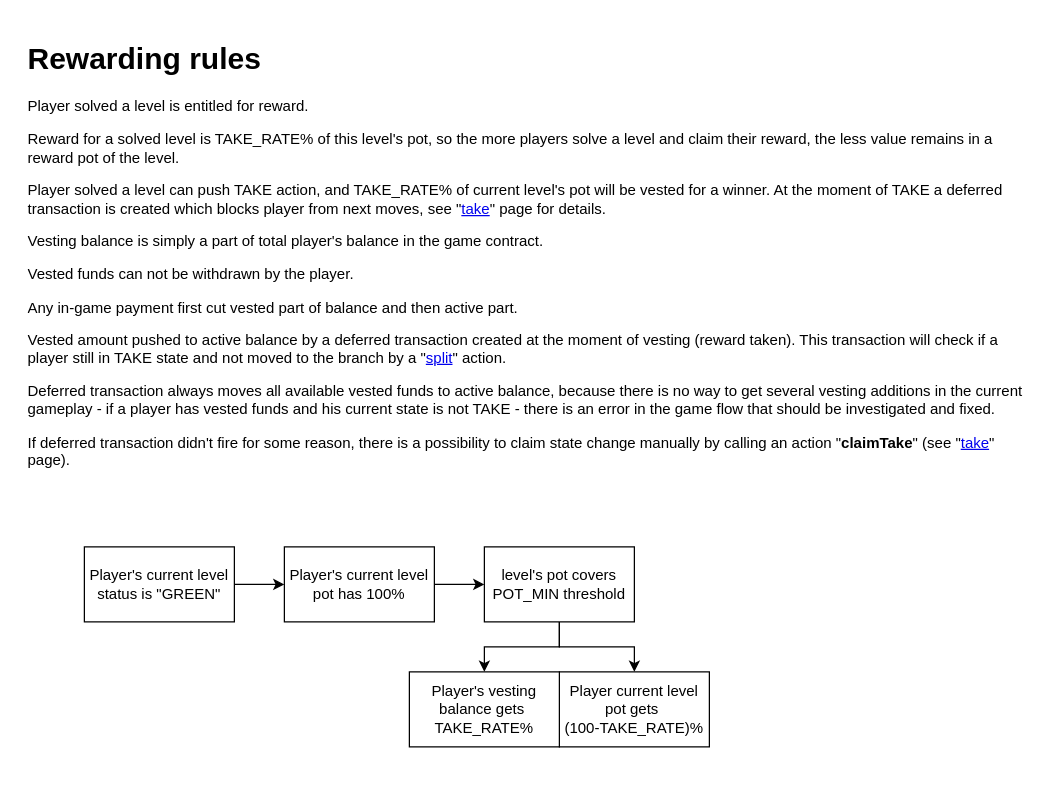
Above: page "rewarding" (10 of 14) of ia/WOFFLER IA.drawio in cptn-solo/woffler_contract (draw.io), before the change. Source tidied: cells renumbered, new cells numbered last; positions are measured from the earlier drawing's top-left corner, leaving out a move shared by most shapes. Both pictures are drawn from the tidied source at 125%, with x=0, y=0 at pixel (21, 34).
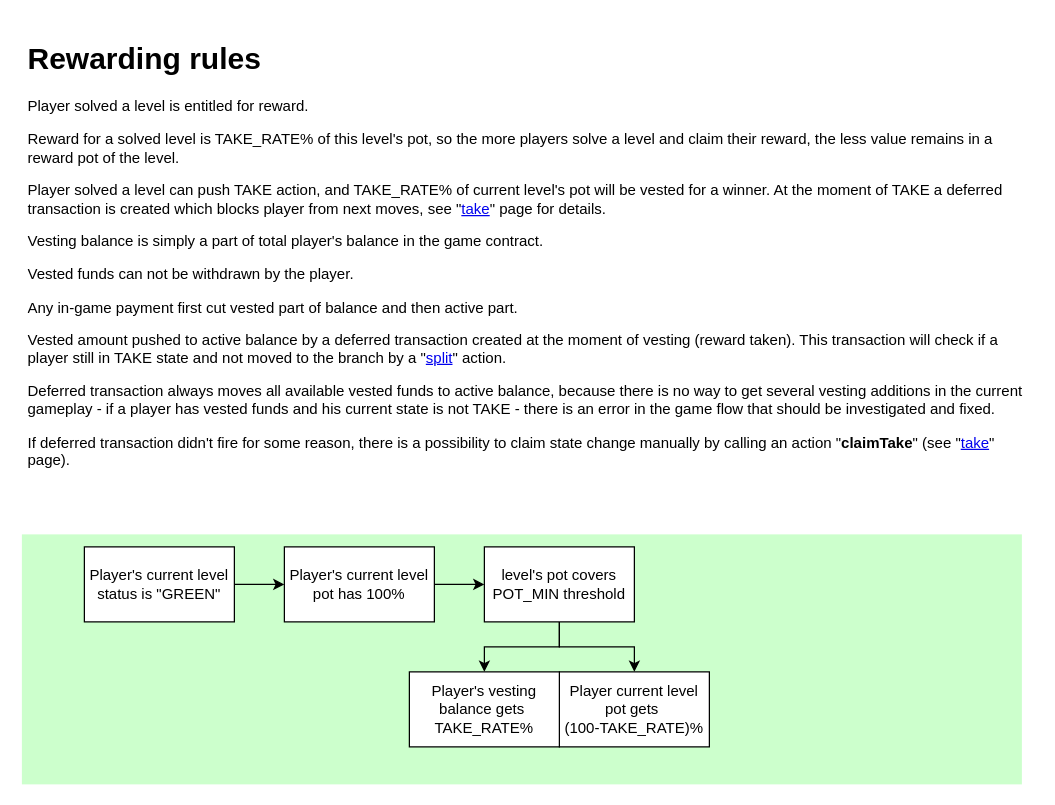
After the change.

Change to the diagram source:
```diff
@@
 <mxGraphModel>
   <root>
     <mxCell id="0" />
+    <mxCell id="12" parent="0" />
+    <mxCell id="13" style="rounded=0;whiteSpace=wrap;html=1;rotation=0;strokeColor=none;fillColor=#CCFFCC;" parent="12" vertex="1">
+      <mxGeometry y="400" width="800" height="200" as="geometry" />
+    </mxCell>
     <mxCell id="1" parent="0" />
     <mxCell id="2" value="&lt;h1&gt;Rewarding rules&lt;br&gt;&lt;/h1&gt;&lt;p&gt;Player solved a level is entitled for reward.&lt;/p&gt;&lt;p&gt;Reward for a solved level is TAKE_RATE% of this level's pot, so the more players solve a level and claim their reward, the less value remains in a reward pot of the level.&amp;nbsp;&lt;/p&gt;&lt;p&gt;&lt;span&gt;Player solved a level&amp;nbsp;&lt;/span&gt;&lt;span&gt;can push TAKE action, and TAKE_RATE% of current level's pot will be vested for a winner. At the moment of TAKE a deferred transaction is created which blocks player from next moves, see &quot;&lt;a href=&quot;data:page/id,HRQX-2oaHEefD7UFK7ff&quot;&gt;take&lt;/a&gt;&quot; page for details.&lt;/span&gt;&lt;br&gt;&lt;/p&gt;&lt;p&gt;&lt;span&gt;Vesting balance is simply a part of total player's balance in the game contract.&amp;nbsp;&lt;/span&gt;&lt;br&gt;&lt;/p&gt;&lt;p&gt;Vested funds can not be withdrawn by the player.&lt;/p&gt;&lt;p&gt;Any in-game payment first cut vested part of balance and then active part.&lt;/p&gt;&lt;p&gt;Vested amount pushed to active balance by a deferred transaction created at the moment of vesting (reward taken). This transaction will check if a player still in TAKE state and not moved to the branch by a &quot;&lt;a href=&quot;data:page/id,RZN9b7-a2ACqxdP8axuu&quot;&gt;split&lt;/a&gt;&quot; action.&lt;/p&gt;&lt;p&gt;Deferred transaction always moves all available vested funds to active balance, because there is no way to get several vesting additions in the current gameplay - if a player has vested funds and his current state is not TAKE - there is an error in the game flow that should be investigated and fixed.&lt;/p&gt;&lt;p&gt;If deferred transaction didn't fire for some reason, there is a possibility to claim state change manually by calling an action &quot;&lt;b&gt;claimTake&lt;/b&gt;&quot; (see &quot;&lt;a href=&quot;data:page/id,HRQX-2oaHEefD7UFK7ff&quot;&gt;take&lt;/a&gt;&quot; page).&lt;/p&gt;&lt;p&gt;&lt;br&gt;&lt;/p&gt;&lt;p&gt;&lt;br&gt;&lt;/p&gt;" style="text;html=1;strokeColor=none;fillColor=none;spacing=5;spacingTop=-20;whiteSpace=wrap;overflow=hidden;rounded=0;fontColor=#000000;" parent="1" vertex="1">
       <mxGeometry width="810" height="360" as="geometry" />
     </mxCell>
     <mxCell id="3" style="edgeStyle=orthogonalEdgeStyle;rounded=0;jettySize=auto;html=1;fontSize=11;fontColor=#000000;" parent="1" edge="1" source="4" target="8">
       <mxGeometry relative="1" as="geometry" />
     </mxCell>
     <mxCell id="4" value="Player's current level status is &quot;GREEN&quot;" style="rounded=0;whiteSpace=wrap;html=1;" parent="1" vertex="1">
       <mxGeometry x="50" y="410" width="120" height="60" as="geometry" />
     </mxCell>
     <mxCell id="5" style="edgeStyle=orthogonalEdgeStyle;rounded=0;jettySize=auto;html=1;" parent="1" edge="1" source="9" target="10">
       <mxGeometry relative="1" as="geometry" />
     </mxCell>
     <mxCell id="6" style="edgeStyle=orthogonalEdgeStyle;rounded=0;jettySize=auto;html=1;" parent="1" edge="1" source="9" target="11">
       <mxGeometry relative="1" as="geometry" />
     </mxCell>
     <mxCell id="7" style="edgeStyle=orthogonalEdgeStyle;rounded=0;jettySize=auto;html=1;fontSize=11;fontColor=#000000;" parent="1" edge="1" source="8" target="9">
       <mxGeometry relative="1" as="geometry" />
     </mxCell>
     <mxCell id="8" value="Player's current level pot has 100%" style="rounded=0;whiteSpace=wrap;html=1;" parent="1" vertex="1">
       <mxGeometry x="210" y="410" width="120" height="60" as="geometry" />
     </mxCell>
     <mxCell id="9" value="level's pot covers POT_MIN threshold" style="rounded=0;whiteSpace=wrap;html=1;" parent="1" vertex="1">
       <mxGeometry x="370" y="410" width="120" height="60" as="geometry" />
     </mxCell>
     <mxCell id="10" value="Player current level pot gets&amp;nbsp;&lt;br&gt;(100-TAKE_RATE)%" style="rounded=0;whiteSpace=wrap;html=1;" parent="1" vertex="1">
       <mxGeometry x="430" y="510" width="120" height="60" as="geometry" />
     </mxCell>
     <mxCell id="11" value="Player's vesting balance&amp;nbsp;gets&amp;nbsp;&lt;br&gt;&lt;span&gt;TAKE_RATE&lt;/span&gt;%" style="rounded=0;whiteSpace=wrap;html=1;" parent="1" vertex="1">
       <mxGeometry x="310" y="510" width="120" height="60" as="geometry" />
     </mxCell>
   </root>
 </mxGraphModel>
```
